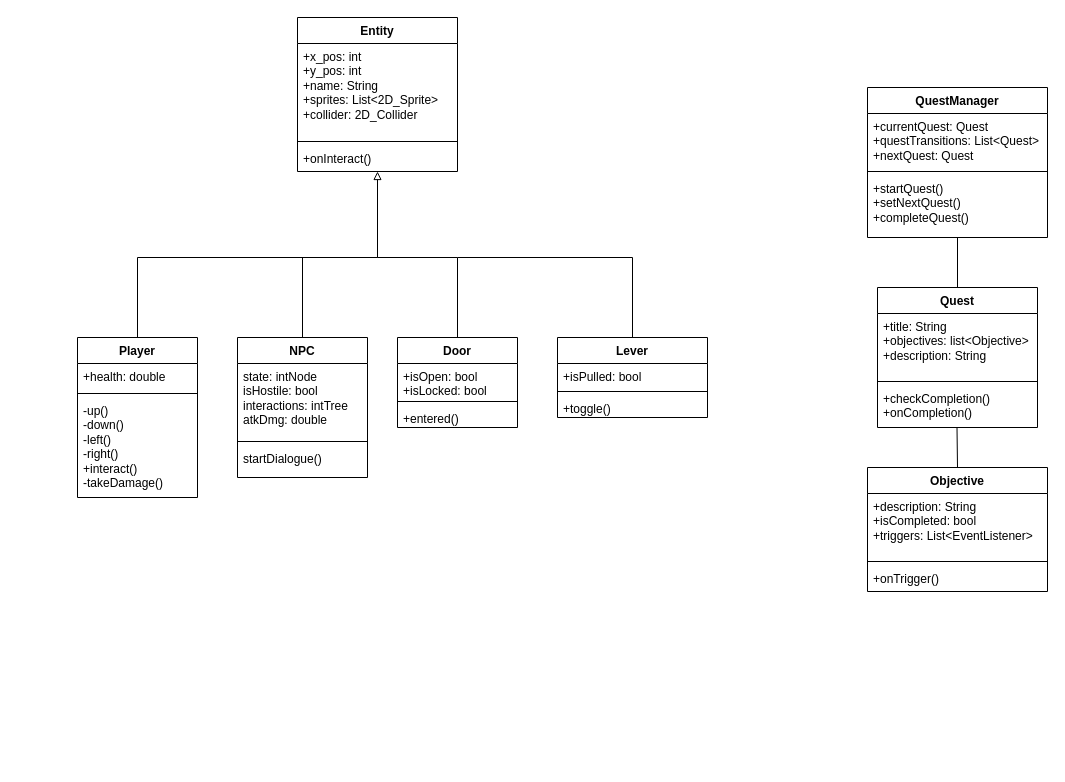
Earlier version of the draw.io diagram deliverables/UML_Class_D3.drawio (NoomMiner/Echoes-of-Time). Source tidied: cells renumbered, new cells numbered last; positions are measured from the earlier drawing's top-left corner, leaving out a move shared by most shapes. Both pictures are drawn from the tidied source at 100%, with x=0, y=0 at pixel (77, 17).
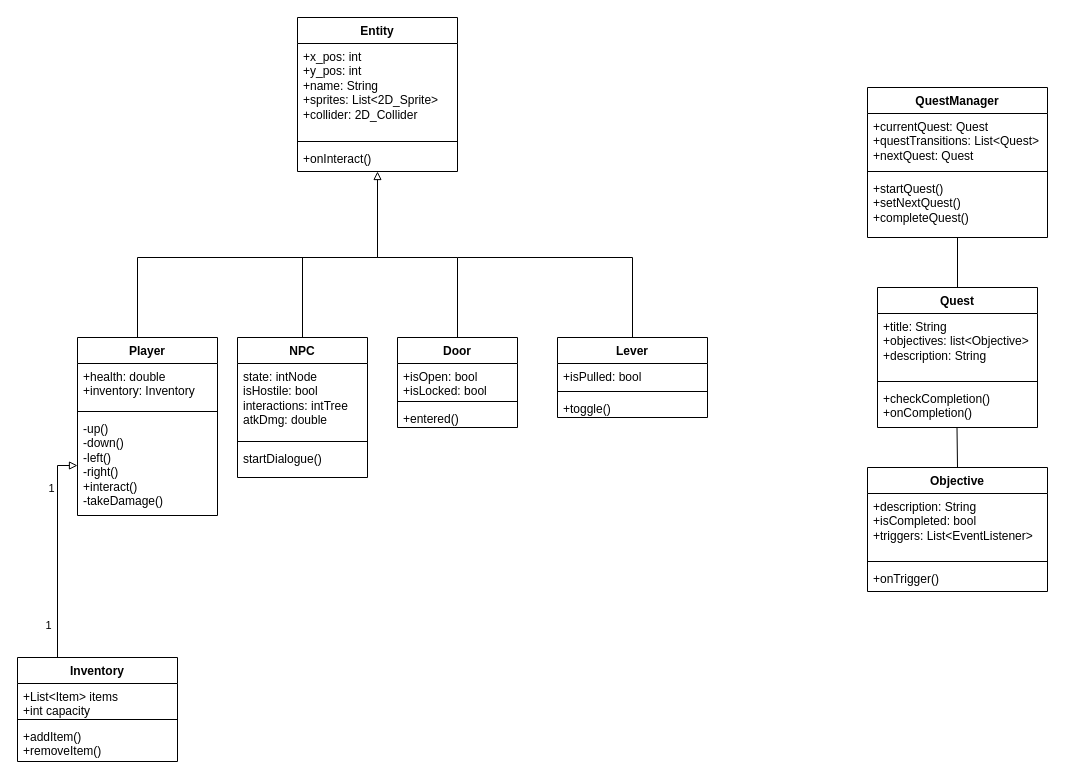
After the change.

Diff of the diagram source:
```diff
@@
     <mxCell id="6" value="Player" style="swimlane;fontStyle=1;align=center;verticalAlign=top;horizontal=1;startSize=26;whiteSpace=wrap;html=1;" parent="1" vertex="1">
-      <mxGeometry y="320" width="120" height="160" as="geometry" />
+      <mxGeometry y="320" width="140" height="178" as="geometry" />
     </mxCell>
-    <mxCell id="7" value="+health: double" style="text;strokeColor=none;fillColor=none;align=left;verticalAlign=top;spacingLeft=4;spacingRight=4;overflow=hidden;whiteSpace=wrap;html=1;" parent="6" vertex="1">
-      <mxGeometry y="26" width="120" height="26" as="geometry" />
+    <mxCell id="7" value="&lt;div&gt;+health: double&lt;/div&gt;&lt;div&gt;+inventory: Inventory&lt;/div&gt;" style="text;strokeColor=none;fillColor=none;align=left;verticalAlign=top;spacingLeft=4;spacingRight=4;overflow=hidden;whiteSpace=wrap;html=1;" parent="6" vertex="1">
+      <mxGeometry y="26" width="140" height="44" as="geometry" />
     </mxCell>
     <mxCell id="8" style="line;strokeWidth=1;fillColor=none;align=left;verticalAlign=middle;spacingTop=-1;spacingLeft=3;spacingRight=3;labelPosition=right;strokeColor=inherit;" parent="6" vertex="1">
-      <mxGeometry y="52" width="120" height="8" as="geometry" />
+      <mxGeometry y="70" width="140" height="8" as="geometry" />
     </mxCell>
     <mxCell id="9" value="-up()&lt;br&gt;-down()&lt;br&gt;-left()&lt;br&gt;-right() &lt;br&gt;+interact()&lt;br&gt;-takeDamage()&lt;div&gt;&lt;br&gt;&lt;/div&gt;" style="text;strokeColor=none;fillColor=none;align=left;verticalAlign=top;spacingLeft=4;spacingRight=4;overflow=hidden;points=[[0,0.5],[1,0.5]];portConstraint=eastwest;whiteSpace=wrap;html=1;" parent="6" vertex="1">
-      <mxGeometry y="60" width="120" height="100" as="geometry" />
+      <mxGeometry y="78" width="140" height="100" as="geometry" />
     </mxCell>
@@
+    <mxCell id="40" value="Inventory" style="swimlane;fontStyle=1;align=center;verticalAlign=top;horizontal=1;startSize=26;whiteSpace=wrap;html=1;" parent="1" vertex="1">
+      <mxGeometry x="-60" y="640" width="160" height="104" as="geometry" />
+    </mxCell>
+    <mxCell id="41" value="+List&amp;lt;Item&amp;gt; items&lt;div&gt;+int capacity&lt;/div&gt;" style="text;strokeColor=none;fillColor=none;align=left;verticalAlign=top;spacingLeft=4;spacingRight=4;overflow=hidden;whiteSpace=wrap;html=1;" parent="40" vertex="1">
+      <mxGeometry y="26" width="160" height="32" as="geometry" />
+    </mxCell>
+    <mxCell id="42" style="line;strokeWidth=1;fillColor=none;align=left;verticalAlign=middle;spacingTop=-1;spacingLeft=3;spacingRight=3;labelPosition=right;strokeColor=inherit;" parent="40" vertex="1">
+      <mxGeometry y="58" width="160" height="8" as="geometry" />
+    </mxCell>
+    <mxCell id="43" value="+addItem()&lt;div&gt;+removeItem()&lt;/div&gt;" style="text;strokeColor=none;fillColor=none;align=left;verticalAlign=top;spacingLeft=4;spacingRight=4;overflow=hidden;whiteSpace=wrap;html=1;" parent="40" vertex="1">
+      <mxGeometry y="66" width="160" height="38" as="geometry" />
+    </mxCell>
+    <mxCell id="44" style="edgeStyle=orthogonalEdgeStyle;rounded=0;jettySize=auto;html=1;exitX=0.25;exitY=0;exitDx=0;exitDy=0;entryX=0;entryY=0.5;entryDx=0;entryDy=0;endArrow=block;endFill=0;" parent="1" edge="1" source="40" target="9">
+      <mxGeometry relative="1" as="geometry" />
+    </mxCell>
+    <mxCell id="45" value="1" style="edgeLabel;html=1;align=center;verticalAlign=middle;" parent="44" vertex="1">
+      <mxGeometry x="0.6" y="7" relative="1" as="geometry" />
+    </mxCell>
+    <mxCell id="46" value="1" style="edgeLabel;html=1;align=center;verticalAlign=middle;" parent="44" vertex="1">
+      <mxGeometry x="-0.62" y="-1" relative="1" as="geometry">
+        <mxPoint x="-11" y="7" as="offset" />
+      </mxGeometry>
+    </mxCell>
```
